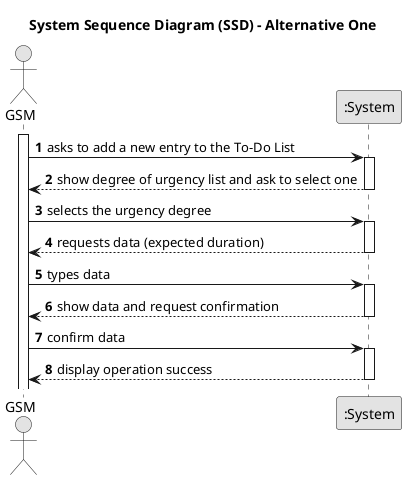
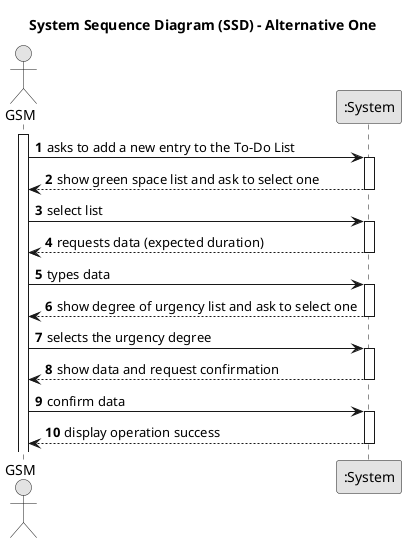
@startuml
skinparam monochrome true
skinparam packageStyle rectangle
skinparam shadowing false

title System Sequence Diagram (SSD) - Alternative One

autonumber

actor "GSM" as Manager
participant ":System" as System

activate Manager

    Manager -> System : asks to add a new entry to the To-Do List
    activate System

-     System --> Manager : show degree of urgency list and ask to select one
+     System --> Manager : show green space list and ask to select one
    deactivate System

-     Manager -> System : selects the urgency degree
+     Manager -> System : select list
    activate System

    System --> Manager : requests data (expected duration)
    deactivate System

   Manager  -> System : types data
+     activate System
+ 
+    System --> Manager : show degree of urgency list and ask to select one
+    deactivate System
+ 
+    Manager -> System : selects the urgency degree
    activate System

   System --> Manager : show data and request confirmation
    deactivate System

   Manager  -> System : confirm data
    activate System

   System --> Manager : display operation success
    deactivate System

@enduml